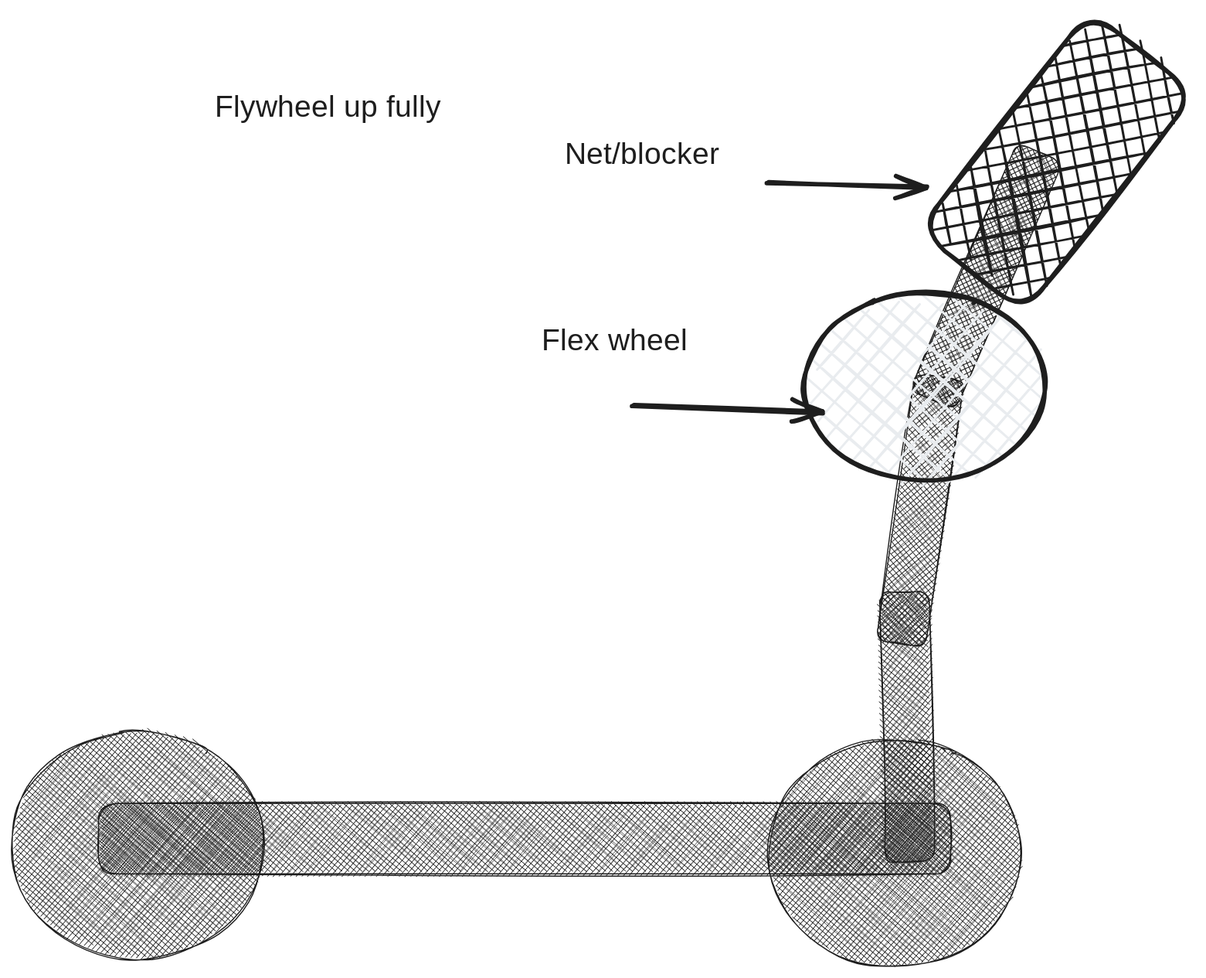
Above: entries/flywheel-1/build/Flywheel up fully.excalidraw.svg in Area-53-Robotics/53D-Notebook-Over-Under-2023-2024 (Excalidraw), before the change. Source tidied: one line per element, renumbered; positions are measured from the earlier drawing's top-left corner, leaving out a move shared by most shapes.
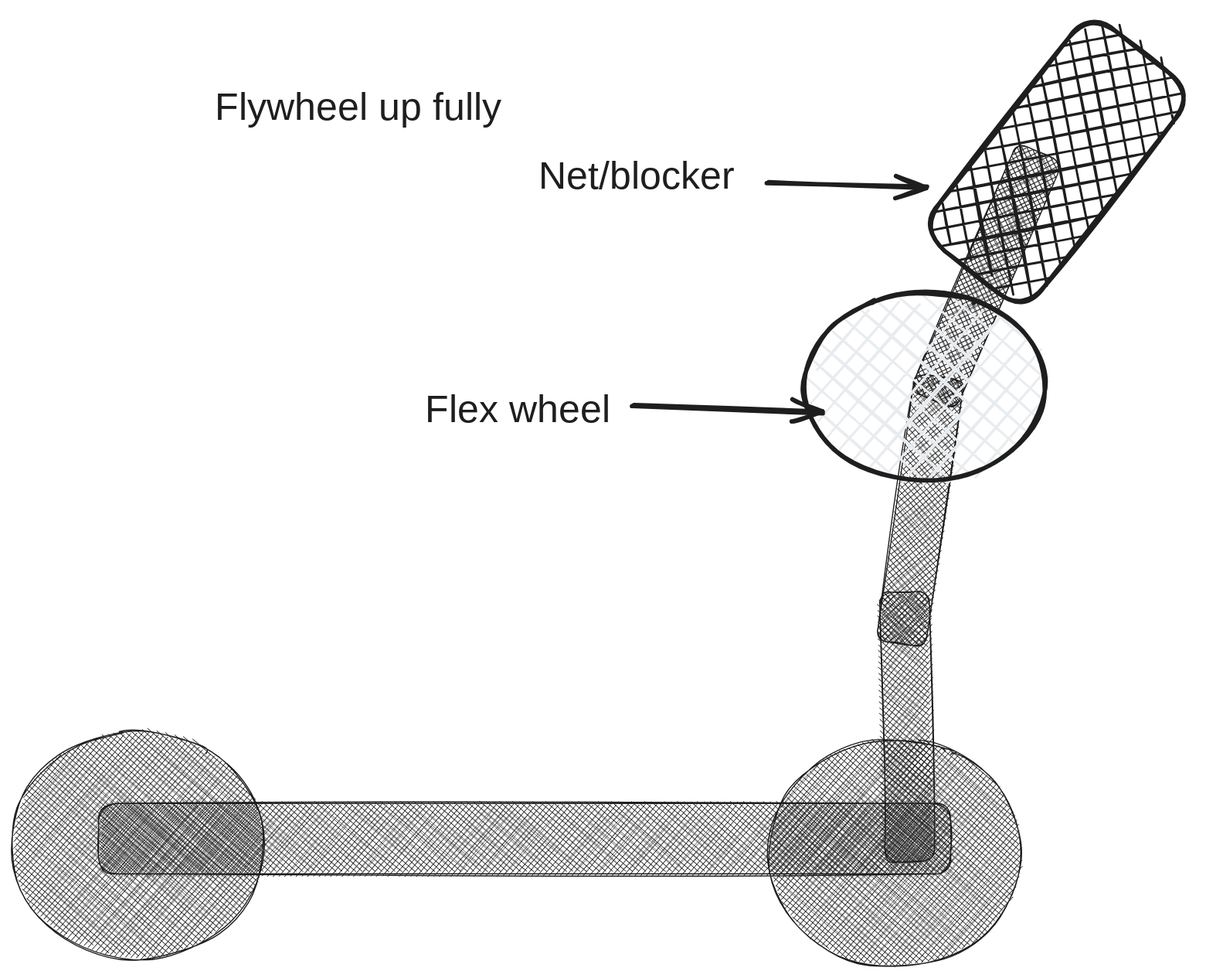
Later version of the same file.

Diff of the diagram source:
```diff
@@ -6,8 +6,8 @@
 {"id": 5, "type": "rectangle", "strokeColor": "#1e1e1e", "angle": 1.98, "backgroundColor": "#1e1e1e", "fillStyle": "cross-hatch", "strokeWidth": 1, "roughness": 1, "round": true, "x": 778, "y": 150, "width": 249, "height": 46}
 {"id": 6, "type": "ellipse", "strokeColor": "#1e1e1e", "backgroundColor": "#e9ecef", "fillStyle": "cross-hatch", "strokeWidth": 4, "roughness": 1, "round": true, "x": 734, "y": 188, "width": 222, "height": 174}
 {"id": 7, "type": "rectangle", "strokeColor": "#1e1e1e", "angle": 5.38, "backgroundColor": "#1e1e1e", "fillStyle": "cross-hatch", "strokeWidth": 4, "roughness": 1, "round": true, "x": 838, "y": 5, "width": 258, "height": 124}
-{"id": 8, "type": "text", "text": "Flywheel up fully", "strokeColor": "#1e1e1e", "backgroundColor": "#1e1e1e", "fillStyle": "cross-hatch", "strokeWidth": 4, "roughness": 1, "fontSize": 28, "fontFamily": 1, "x": 188, "y": 0, "width": 221, "height": 35}
+{"id": 8, "type": "text", "text": "Flywheel up fully", "strokeColor": "#1e1e1e", "backgroundColor": "#1e1e1e", "fillStyle": "cross-hatch", "strokeWidth": 4, "roughness": 1, "fontSize": 36, "fontFamily": 1, "x": 188, "y": -5, "width": 284, "height": 45}
-{"id": 9, "type": "arrow", "strokeColor": "#1e1e1e", "backgroundColor": "#1e1e1e", "fillStyle": "cross-hatch", "strokeWidth": 4, "roughness": 1, "endArrowhead": "arrow", "round": true, "x": 575, "y": 292, "width": 175, "height": 6, "points": [[0, 0], [175, 6]]}
+{"id": 9, "type": "arrow", "strokeColor": "#1e1e1e", "backgroundColor": "#1e1e1e", "fillStyle": "cross-hatch", "strokeWidth": 4, "roughness": 1, "endArrowhead": "arrow", "round": true, "from": 10, "x": 575, "y": 292, "width": 175, "height": 6, "points": [[0, 0], [175, 6]]}
-{"id": 10, "type": "text", "text": "Flex wheel", "strokeColor": "#1e1e1e", "backgroundColor": "#1e1e1e", "fillStyle": "cross-hatch", "strokeWidth": 4, "roughness": 1, "fontSize": 28, "fontFamily": 1, "x": 491, "y": 216, "width": 137, "height": 35}
+{"id": 10, "type": "text", "text": "Flex wheel", "strokeColor": "#1e1e1e", "backgroundColor": "#1e1e1e", "fillStyle": "cross-hatch", "strokeWidth": 4, "roughness": 1, "fontSize": 36, "fontFamily": 1, "x": 383, "y": 275, "width": 177, "height": 45}
-{"id": 11, "type": "arrow", "strokeColor": "#1e1e1e", "backgroundColor": "#1e1e1e", "fillStyle": "cross-hatch", "strokeWidth": 4, "roughness": 1, "endArrowhead": "arrow", "round": true, "to": 7, "x": 700, "y": 86, "width": 148, "height": 4, "points": [[0, 0], [148, 4]]}
+{"id": 11, "type": "arrow", "strokeColor": "#1e1e1e", "backgroundColor": "#1e1e1e", "fillStyle": "cross-hatch", "strokeWidth": 4, "roughness": 1, "endArrowhead": "arrow", "round": true, "from": 12, "to": 7, "x": 700, "y": 86, "width": 148, "height": 4, "points": [[0, 0], [148, 4]]}
-{"id": 12, "type": "text", "text": "Net/blocker", "strokeColor": "#1e1e1e", "backgroundColor": "#1e1e1e", "fillStyle": "cross-hatch", "strokeWidth": 4, "roughness": 1, "fontSize": 28, "fontFamily": 1, "x": 512, "y": 44, "width": 155, "height": 35}
+{"id": 12, "type": "text", "text": "Net/blocker", "strokeColor": "#1e1e1e", "backgroundColor": "#1e1e1e", "fillStyle": "cross-hatch", "strokeWidth": 4, "roughness": 1, "fontSize": 36, "fontFamily": 1, "x": 488, "y": 59, "width": 200, "height": 45}
```
